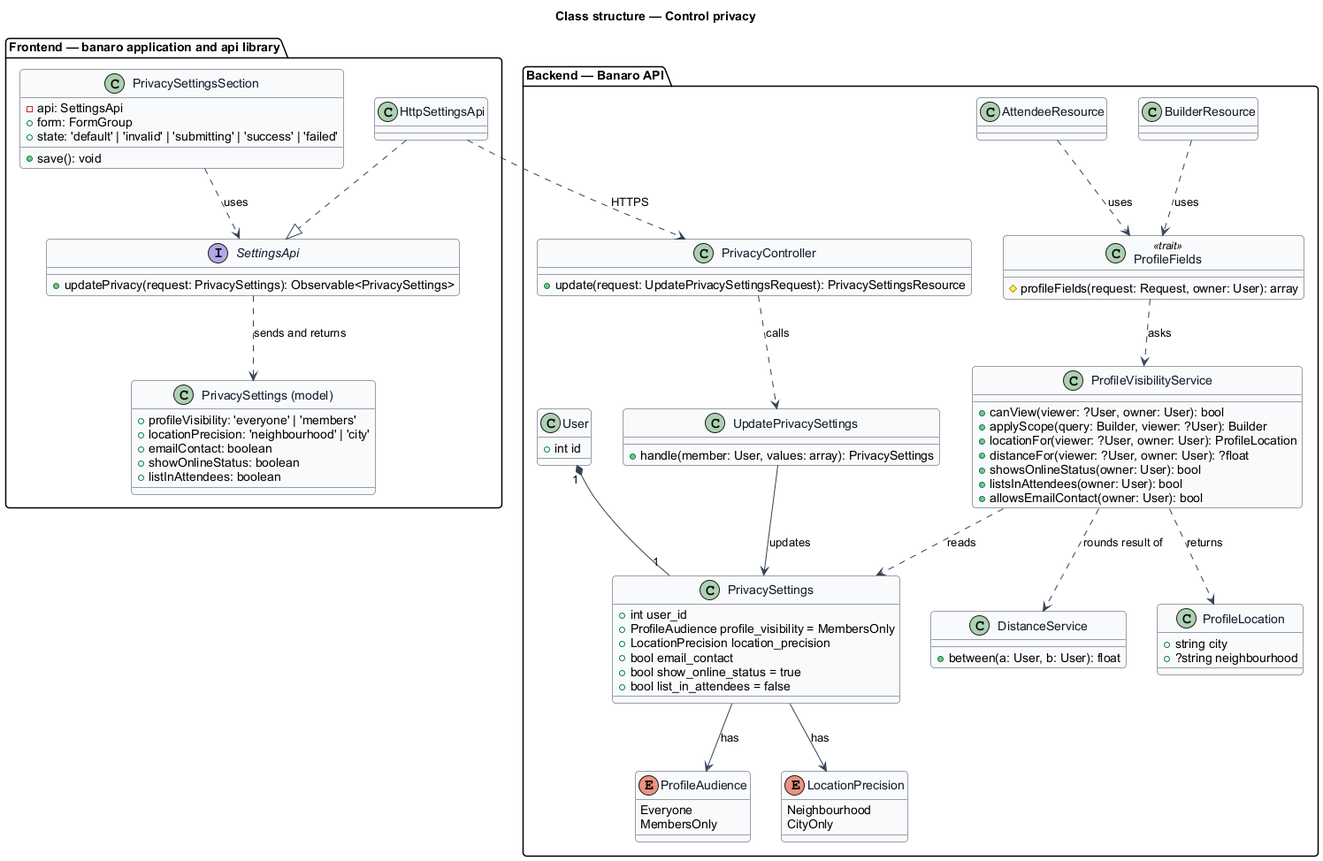
This is docs/detailed-designs/settings/control-privacy/diagrams/class-structure.png from QuinntyneBrown/banaro, a PlantUML export, as it was before one commit.
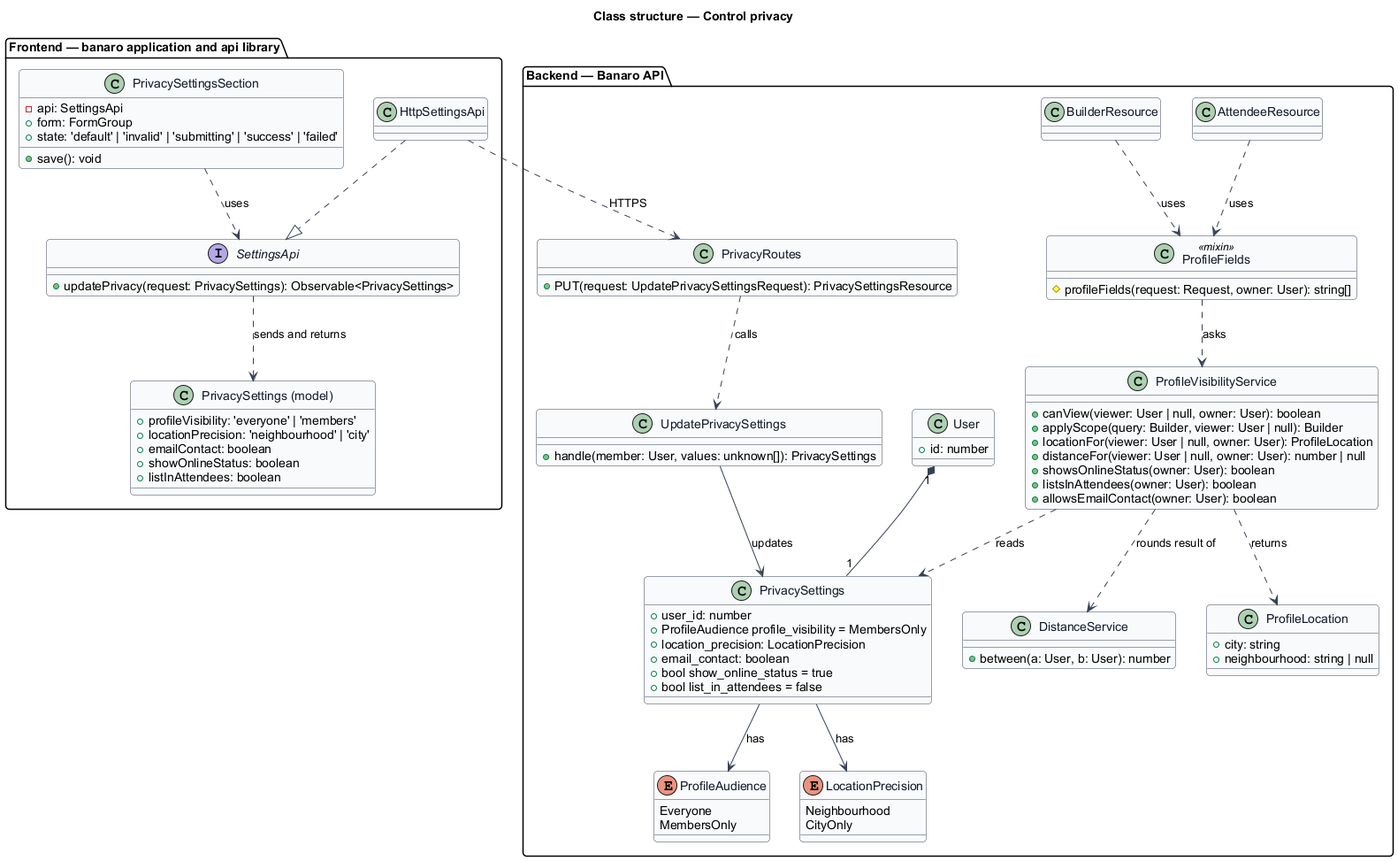
After the commit.

Diff of the diagram source:
```diff
@@ -32,17 +32,17 @@
 }
 
 package "Backend — Banaro API" {
-  class PrivacyController {
-    +update(request: UpdatePrivacySettingsRequest): PrivacySettingsResource
+  class PrivacyRoutes {
+    +PUT(request: UpdatePrivacySettingsRequest): PrivacySettingsResource
   }
   class UpdatePrivacySettings {
-    +handle(member: User, values: array): PrivacySettings
+    +handle(member: User, values: unknown[]): PrivacySettings
   }
   class PrivacySettings {
-    +int user_id
+    +user_id: number
     +ProfileAudience profile_visibility = MembersOnly
-    +LocationPrecision location_precision
-    +bool email_contact
+    +location_precision: LocationPrecision
+    +email_contact: boolean
     +bool show_online_status = true
     +bool list_in_attendees = false
   }
@@ -55,37 +55,37 @@
     CityOnly
   }
   class ProfileVisibilityService {
-    +canView(viewer: ?User, owner: User): bool
-    +applyScope(query: Builder, viewer: ?User): Builder
-    +locationFor(viewer: ?User, owner: User): ProfileLocation
-    +distanceFor(viewer: ?User, owner: User): ?float
-    +showsOnlineStatus(owner: User): bool
-    +listsInAttendees(owner: User): bool
-    +allowsEmailContact(owner: User): bool
+    +canView(viewer: User | null, owner: User): boolean
+    +applyScope(query: Builder, viewer: User | null): Builder
+    +locationFor(viewer: User | null, owner: User): ProfileLocation
+    +distanceFor(viewer: User | null, owner: User): number | null
+    +showsOnlineStatus(owner: User): boolean
+    +listsInAttendees(owner: User): boolean
+    +allowsEmailContact(owner: User): boolean
   }
   class ProfileLocation {
-    +string city
-    +?string neighbourhood
+    +city: string
+    +neighbourhood: string | null
   }
   class DistanceService {
-    +between(a: User, b: User): float
+    +between(a: User, b: User): number
   }
-  class ProfileFields <<trait>> {
-    #profileFields(request: Request, owner: User): array
+  class ProfileFields <<mixin>> {
+    #profileFields(request: Request, owner: User): string[]
   }
   class BuilderResource
   class AttendeeResource
   class User {
-    +int id
+    +id: number
   }
 }
 
 PrivacySettingsSection ..> SettingsApi : uses
 HttpSettingsApi ..|> SettingsApi
 SettingsApi ..> PrivacyModel : sends and returns
-HttpSettingsApi ..> PrivacyController : HTTPS
+HttpSettingsApi ..> PrivacyRoutes : HTTPS
 
-PrivacyController ..> UpdatePrivacySettings : calls
+PrivacyRoutes ..> UpdatePrivacySettings : calls
 UpdatePrivacySettings --> PrivacySettings : updates
 User "1" *-- "1" PrivacySettings
 PrivacySettings --> ProfileAudience : has
```
